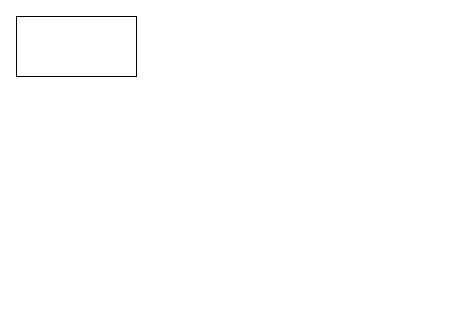
Before: 未命名绘图.drawio in dcf1997/draw.io.repository, a draw.io diagram. Source tidied: cells renumbered, new cells numbered last; positions are measured from the earlier drawing's top-left corner, leaving out a move shared by most shapes. Both pictures are drawn from the tidied source at 100%, with x=0, y=0 at pixel (16, 16).
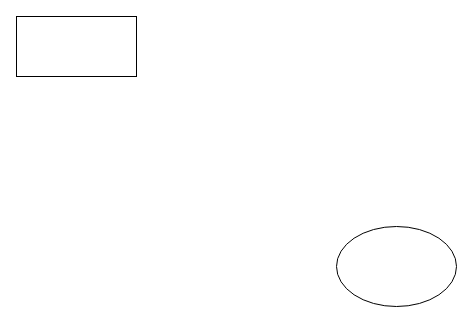
Above is the later version.

What changed in the source:
```diff
@@
 <mxGraphModel>
   <root>
     <mxCell id="0" />
     <mxCell id="1" parent="0" />
     <mxCell id="2" style="rounded=0;whiteSpace=wrap;html=1;" parent="1" vertex="1">
       <mxGeometry width="120" height="60" as="geometry" />
     </mxCell>
+    <mxCell id="3" style="ellipse;whiteSpace=wrap;html=1;" parent="1" vertex="1">
+      <mxGeometry x="320" y="210" width="120" height="80" as="geometry" />
+    </mxCell>
   </root>
 </mxGraphModel>
```
